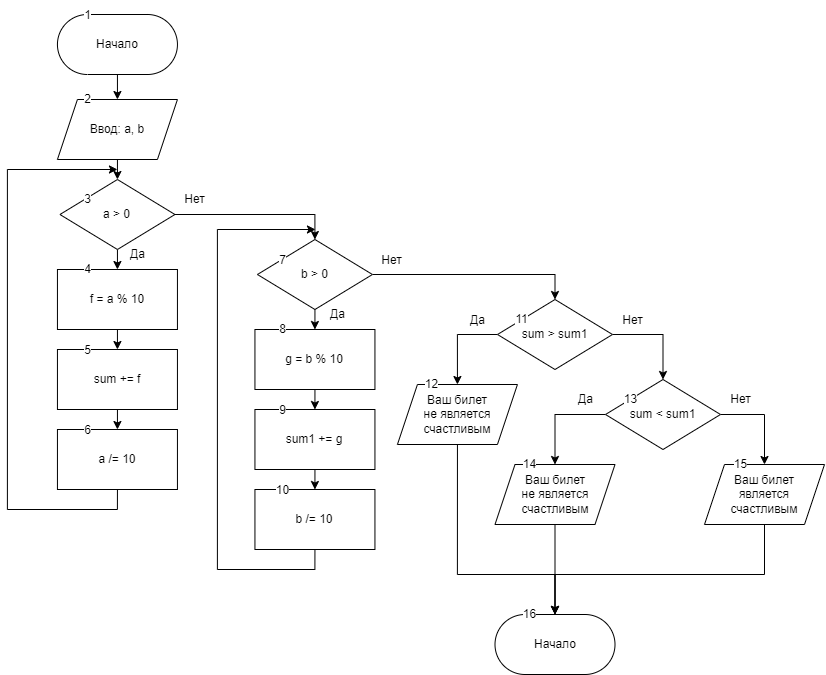
This is pr5/pr5.png from DeFis33/pr, a draw.io export, as it was before one commit. Source tidied: cells renumbered, new cells last; positions are measured from the earlier drawing's top-left corner, leaving out a move shared by most shapes. The source it was exported from:
```xml
<mxGraphModel>
  <root>
    <mxCell id="0" />
    <mxCell id="1" parent="0" />
    <mxCell id="2" style="edgeStyle=orthogonalEdgeStyle;rounded=0;jettySize=auto;html=1;exitX=0.5;exitY=1;exitDx=0;exitDy=0;entryX=0.5;entryY=0;entryDx=0;entryDy=0;" parent="1" edge="1" source="3" target="6">
      <mxGeometry relative="1" as="geometry" />
    </mxCell>
    <mxCell id="3" value="Начало" style="rounded=1;whiteSpace=wrap;html=1;arcSize=50;" parent="1" vertex="1">
      <mxGeometry x="49.9" y="14" width="120" height="60" as="geometry" />
    </mxCell>
    <mxCell id="4" value="1" style="text;html=1;align=center;verticalAlign=middle;strokeColor=none;fillColor=none;labelBackgroundColor=default;" parent="1" vertex="1">
      <mxGeometry x="64.9" width="30" height="30" as="geometry" />
    </mxCell>
    <mxCell id="5" style="edgeStyle=orthogonalEdgeStyle;rounded=0;jettySize=auto;html=1;exitX=0.5;exitY=1;exitDx=0;exitDy=0;entryX=0.5;entryY=0;entryDx=0;entryDy=0;" parent="1" edge="1" source="6" target="10">
      <mxGeometry relative="1" as="geometry" />
    </mxCell>
    <mxCell id="6" value="Ввод: a, b" style="shape=parallelogram;perimeter=parallelogramPerimeter;whiteSpace=wrap;html=1;fixedSize=1;" parent="1" vertex="1">
      <mxGeometry x="49.9" y="99" width="120" height="60" as="geometry" />
    </mxCell>
    <mxCell id="7" value="2" style="text;html=1;align=center;verticalAlign=middle;strokeColor=none;fillColor=none;labelBackgroundColor=default;" parent="1" vertex="1">
      <mxGeometry x="64.9" y="84" width="30" height="30" as="geometry" />
    </mxCell>
    <mxCell id="8" style="edgeStyle=orthogonalEdgeStyle;rounded=0;jettySize=auto;html=1;exitX=0.5;exitY=1;exitDx=0;exitDy=0;entryX=0.5;entryY=0;entryDx=0;entryDy=0;" parent="1" edge="1" source="10" target="12">
      <mxGeometry relative="1" as="geometry" />
    </mxCell>
    <mxCell id="9" style="edgeStyle=orthogonalEdgeStyle;rounded=0;jettySize=auto;html=1;exitX=1;exitY=0.5;exitDx=0;exitDy=0;entryX=0.5;entryY=0;entryDx=0;entryDy=0;" parent="1" edge="1" source="10" target="21">
      <mxGeometry relative="1" as="geometry" />
    </mxCell>
    <mxCell id="10" value="a &amp;gt; 0" style="rhombus;whiteSpace=wrap;html=1;" parent="1" vertex="1">
      <mxGeometry x="52.4" y="179" width="115" height="70" as="geometry" />
    </mxCell>
    <mxCell id="11" style="edgeStyle=orthogonalEdgeStyle;rounded=0;jettySize=auto;html=1;exitX=0.5;exitY=1;exitDx=0;exitDy=0;entryX=0.5;entryY=0;entryDx=0;entryDy=0;" parent="1" edge="1" source="12" target="14">
      <mxGeometry relative="1" as="geometry" />
    </mxCell>
    <mxCell id="12" value="f = a % 10" style="rounded=0;whiteSpace=wrap;html=1;" parent="1" vertex="1">
      <mxGeometry x="49.9" y="269" width="120" height="60" as="geometry" />
    </mxCell>
    <mxCell id="13" style="edgeStyle=orthogonalEdgeStyle;rounded=0;jettySize=auto;html=1;exitX=0.5;exitY=1;exitDx=0;exitDy=0;entryX=0.5;entryY=0;entryDx=0;entryDy=0;" parent="1" edge="1" source="14" target="16">
      <mxGeometry relative="1" as="geometry" />
    </mxCell>
    <mxCell id="14" value="sum += f" style="rounded=0;whiteSpace=wrap;html=1;" parent="1" vertex="1">
      <mxGeometry x="49.9" y="349" width="120" height="60" as="geometry" />
    </mxCell>
    <mxCell id="15" style="edgeStyle=orthogonalEdgeStyle;rounded=0;jettySize=auto;html=1;exitX=0.5;exitY=1;exitDx=0;exitDy=0;" parent="1" edge="1" source="16">
      <mxGeometry relative="1" as="geometry">
        <mxPoint x="109.9" y="169" as="targetPoint" />
        <Array as="points">
          <mxPoint x="109.9" y="509" />
          <mxPoint x="-0.1" y="509" />
          <mxPoint x="-0.1" y="169" />
        </Array>
      </mxGeometry>
    </mxCell>
    <mxCell id="16" value="a /= 10" style="rounded=0;whiteSpace=wrap;html=1;" parent="1" vertex="1">
      <mxGeometry x="49.9" y="429" width="120" height="60" as="geometry" />
    </mxCell>
    <mxCell id="17" value="Да" style="text;html=1;align=center;verticalAlign=middle;strokeColor=none;fillColor=none;" parent="1" vertex="1">
      <mxGeometry x="109.9" y="239" width="40" height="30" as="geometry" />
    </mxCell>
    <mxCell id="18" value="Нет" style="text;html=1;align=center;verticalAlign=middle;strokeColor=none;fillColor=none;" parent="1" vertex="1">
      <mxGeometry x="167.4" y="184" width="40" height="30" as="geometry" />
    </mxCell>
    <mxCell id="19" style="edgeStyle=orthogonalEdgeStyle;rounded=0;jettySize=auto;html=1;exitX=0.5;exitY=1;exitDx=0;exitDy=0;entryX=0.5;entryY=0;entryDx=0;entryDy=0;" parent="1" edge="1" source="21" target="23">
      <mxGeometry relative="1" as="geometry" />
    </mxCell>
    <mxCell id="20" style="edgeStyle=orthogonalEdgeStyle;rounded=0;jettySize=auto;html=1;exitX=1;exitY=0.5;exitDx=0;exitDy=0;entryX=0.5;entryY=0;entryDx=0;entryDy=0;" parent="1" edge="1" source="21" target="33">
      <mxGeometry relative="1" as="geometry" />
    </mxCell>
    <mxCell id="21" value="b &amp;gt; 0" style="rhombus;whiteSpace=wrap;html=1;" parent="1" vertex="1">
      <mxGeometry x="249.9" y="239" width="115" height="70" as="geometry" />
    </mxCell>
    <mxCell id="22" style="edgeStyle=orthogonalEdgeStyle;rounded=0;jettySize=auto;html=1;exitX=0.5;exitY=1;exitDx=0;exitDy=0;entryX=0.5;entryY=0;entryDx=0;entryDy=0;" parent="1" edge="1" source="23" target="25">
      <mxGeometry relative="1" as="geometry" />
    </mxCell>
    <mxCell id="23" value="g = b % 10" style="rounded=0;whiteSpace=wrap;html=1;" parent="1" vertex="1">
      <mxGeometry x="247.4" y="329" width="120" height="60" as="geometry" />
    </mxCell>
    <mxCell id="24" style="edgeStyle=orthogonalEdgeStyle;rounded=0;jettySize=auto;html=1;exitX=0.5;exitY=1;exitDx=0;exitDy=0;entryX=0.5;entryY=0;entryDx=0;entryDy=0;" parent="1" edge="1" source="25" target="27">
      <mxGeometry relative="1" as="geometry" />
    </mxCell>
    <mxCell id="25" value="sum1 += g" style="rounded=0;whiteSpace=wrap;html=1;" parent="1" vertex="1">
      <mxGeometry x="247.4" y="409" width="120" height="60" as="geometry" />
    </mxCell>
    <mxCell id="26" style="edgeStyle=orthogonalEdgeStyle;rounded=0;jettySize=auto;html=1;exitX=0.5;exitY=1;exitDx=0;exitDy=0;" parent="1" edge="1" source="27">
      <mxGeometry relative="1" as="geometry">
        <mxPoint x="307.9" y="229" as="targetPoint" />
        <Array as="points">
          <mxPoint x="307.9" y="569" />
          <mxPoint x="209.9" y="569" />
          <mxPoint x="209.9" y="229" />
        </Array>
      </mxGeometry>
    </mxCell>
    <mxCell id="27" value="b /= 10" style="rounded=0;whiteSpace=wrap;html=1;" parent="1" vertex="1">
      <mxGeometry x="247.4" y="489" width="120" height="60" as="geometry" />
    </mxCell>
    <mxCell id="28" value="Да" style="text;html=1;align=center;verticalAlign=middle;strokeColor=none;fillColor=none;" parent="1" vertex="1">
      <mxGeometry x="309.9" y="299" width="40" height="30" as="geometry" />
    </mxCell>
    <mxCell id="29" value="Да" style="text;html=1;align=center;verticalAlign=middle;strokeColor=none;fillColor=none;" parent="1" vertex="1">
      <mxGeometry x="450" y="305" width="40" height="30" as="geometry" />
    </mxCell>
    <mxCell id="30" value="Нет" style="text;html=1;align=center;verticalAlign=middle;strokeColor=none;fillColor=none;" parent="1" vertex="1">
      <mxGeometry x="363.9" y="245" width="40" height="30" as="geometry" />
    </mxCell>
    <mxCell id="31" style="edgeStyle=orthogonalEdgeStyle;rounded=0;jettySize=auto;html=1;exitX=1;exitY=0.5;exitDx=0;exitDy=0;entryX=0.5;entryY=0;entryDx=0;entryDy=0;" parent="1" edge="1" source="33" target="38">
      <mxGeometry relative="1" as="geometry" />
    </mxCell>
    <mxCell id="32" style="edgeStyle=orthogonalEdgeStyle;rounded=0;jettySize=auto;html=1;exitX=0;exitY=0.5;exitDx=0;exitDy=0;entryX=0.5;entryY=0;entryDx=0;entryDy=0;" parent="1" edge="1" source="33" target="35">
      <mxGeometry relative="1" as="geometry" />
    </mxCell>
    <mxCell id="33" value="sum &amp;gt; sum1" style="rhombus;whiteSpace=wrap;html=1;" parent="1" vertex="1">
      <mxGeometry x="490" y="299" width="115" height="70" as="geometry" />
    </mxCell>
    <mxCell id="34" style="edgeStyle=orthogonalEdgeStyle;rounded=0;jettySize=auto;html=1;exitX=0.5;exitY=1;exitDx=0;exitDy=0;entryX=0.5;entryY=0;entryDx=0;entryDy=0;" parent="1" edge="1" source="35" target="46">
      <mxGeometry relative="1" as="geometry">
        <Array as="points">
          <mxPoint x="450" y="574" />
          <mxPoint x="548" y="574" />
        </Array>
      </mxGeometry>
    </mxCell>
    <mxCell id="35" value="Ваш билет&lt;br&gt;не является&lt;br&gt;счастливым" style="shape=parallelogram;perimeter=parallelogramPerimeter;whiteSpace=wrap;html=1;fixedSize=1;" parent="1" vertex="1">
      <mxGeometry x="389.9" y="384" width="120" height="60" as="geometry" />
    </mxCell>
    <mxCell id="36" style="edgeStyle=orthogonalEdgeStyle;rounded=0;jettySize=auto;html=1;exitX=0;exitY=0.5;exitDx=0;exitDy=0;entryX=0.5;entryY=0;entryDx=0;entryDy=0;" parent="1" edge="1" source="38" target="41">
      <mxGeometry relative="1" as="geometry" />
    </mxCell>
    <mxCell id="37" style="edgeStyle=orthogonalEdgeStyle;rounded=0;jettySize=auto;html=1;exitX=1;exitY=0.5;exitDx=0;exitDy=0;entryX=0.5;entryY=0;entryDx=0;entryDy=0;" parent="1" edge="1" source="38" target="43">
      <mxGeometry relative="1" as="geometry" />
    </mxCell>
    <mxCell id="38" value="sum &amp;lt; sum1" style="rhombus;whiteSpace=wrap;html=1;" parent="1" vertex="1">
      <mxGeometry x="598" y="379" width="115" height="70" as="geometry" />
    </mxCell>
    <mxCell id="39" value="Нет" style="text;html=1;align=center;verticalAlign=middle;strokeColor=none;fillColor=none;" parent="1" vertex="1">
      <mxGeometry x="605" y="305" width="40" height="30" as="geometry" />
    </mxCell>
    <mxCell id="40" style="edgeStyle=orthogonalEdgeStyle;rounded=0;jettySize=auto;html=1;exitX=0.5;exitY=1;exitDx=0;exitDy=0;entryX=0.5;entryY=0;entryDx=0;entryDy=0;" parent="1" edge="1" source="41" target="46">
      <mxGeometry relative="1" as="geometry" />
    </mxCell>
    <mxCell id="41" value="Ваш билет&lt;br&gt;не является&lt;br&gt;счастливым" style="shape=parallelogram;perimeter=parallelogramPerimeter;whiteSpace=wrap;html=1;fixedSize=1;" parent="1" vertex="1">
      <mxGeometry x="487.5" y="464" width="120" height="60" as="geometry" />
    </mxCell>
    <mxCell id="42" style="edgeStyle=orthogonalEdgeStyle;rounded=0;jettySize=auto;html=1;exitX=0.5;exitY=1;exitDx=0;exitDy=0;entryX=0.5;entryY=0;entryDx=0;entryDy=0;" parent="1" edge="1" source="43" target="46">
      <mxGeometry relative="1" as="geometry">
        <Array as="points">
          <mxPoint x="757" y="574" />
          <mxPoint x="548" y="574" />
        </Array>
      </mxGeometry>
    </mxCell>
    <mxCell id="43" value="Ваш билет&lt;br&gt;является&lt;br&gt;счастливым" style="shape=parallelogram;perimeter=parallelogramPerimeter;whiteSpace=wrap;html=1;fixedSize=1;" parent="1" vertex="1">
      <mxGeometry x="697" y="464" width="120" height="60" as="geometry" />
    </mxCell>
    <mxCell id="44" value="Да" style="text;html=1;align=center;verticalAlign=middle;strokeColor=none;fillColor=none;" parent="1" vertex="1">
      <mxGeometry x="558" y="384" width="40" height="30" as="geometry" />
    </mxCell>
    <mxCell id="45" value="Нет" style="text;html=1;align=center;verticalAlign=middle;strokeColor=none;fillColor=none;" parent="1" vertex="1">
      <mxGeometry x="713" y="384" width="40" height="30" as="geometry" />
    </mxCell>
    <mxCell id="46" value="Начало" style="rounded=1;whiteSpace=wrap;html=1;arcSize=50;" parent="1" vertex="1">
      <mxGeometry x="487.5" y="614" width="120" height="60" as="geometry" />
    </mxCell>
    <mxCell id="47" value="3" style="text;html=1;align=center;verticalAlign=middle;strokeColor=none;fillColor=none;labelBackgroundColor=default;" parent="1" vertex="1">
      <mxGeometry x="64.9" y="184" width="30" height="30" as="geometry" />
    </mxCell>
    <mxCell id="48" value="4" style="text;html=1;align=center;verticalAlign=middle;strokeColor=none;fillColor=none;labelBackgroundColor=default;" parent="1" vertex="1">
      <mxGeometry x="64.9" y="254" width="30" height="30" as="geometry" />
    </mxCell>
    <mxCell id="49" value="5" style="text;html=1;align=center;verticalAlign=middle;strokeColor=none;fillColor=none;labelBackgroundColor=default;" parent="1" vertex="1">
      <mxGeometry x="64.9" y="335" width="30" height="30" as="geometry" />
    </mxCell>
    <mxCell id="50" value="6" style="text;html=1;align=center;verticalAlign=middle;strokeColor=none;fillColor=none;labelBackgroundColor=default;" parent="1" vertex="1">
      <mxGeometry x="64.9" y="415" width="30" height="30" as="geometry" />
    </mxCell>
    <mxCell id="51" value="7" style="text;html=1;align=center;verticalAlign=middle;strokeColor=none;fillColor=none;labelBackgroundColor=default;" parent="1" vertex="1">
      <mxGeometry x="260" y="245" width="30" height="30" as="geometry" />
    </mxCell>
    <mxCell id="52" value="8" style="text;html=1;align=center;verticalAlign=middle;strokeColor=none;fillColor=none;labelBackgroundColor=default;" parent="1" vertex="1">
      <mxGeometry x="260" y="314" width="30" height="30" as="geometry" />
    </mxCell>
    <mxCell id="53" value="9" style="text;html=1;align=center;verticalAlign=middle;strokeColor=none;fillColor=none;labelBackgroundColor=default;" parent="1" vertex="1">
      <mxGeometry x="260" y="395" width="30" height="30" as="geometry" />
    </mxCell>
    <mxCell id="54" value="10" style="text;html=1;align=center;verticalAlign=middle;strokeColor=none;fillColor=none;labelBackgroundColor=default;" parent="1" vertex="1">
      <mxGeometry x="255" y="475" width="40" height="30" as="geometry" />
    </mxCell>
    <mxCell id="55" value="11" style="text;html=1;align=center;verticalAlign=middle;strokeColor=none;fillColor=none;labelBackgroundColor=default;" parent="1" vertex="1">
      <mxGeometry x="494" y="304" width="40" height="30" as="geometry" />
    </mxCell>
    <mxCell id="56" value="12" style="text;html=1;align=center;verticalAlign=middle;strokeColor=none;fillColor=none;labelBackgroundColor=default;" parent="1" vertex="1">
      <mxGeometry x="403.9" y="369" width="40" height="30" as="geometry" />
    </mxCell>
    <mxCell id="57" value="13" style="text;html=1;align=center;verticalAlign=middle;strokeColor=none;fillColor=none;labelBackgroundColor=default;" parent="1" vertex="1">
      <mxGeometry x="603" y="384" width="40" height="30" as="geometry" />
    </mxCell>
    <mxCell id="58" value="14" style="text;html=1;align=center;verticalAlign=middle;strokeColor=none;fillColor=none;labelBackgroundColor=default;" parent="1" vertex="1">
      <mxGeometry x="502" y="449" width="40" height="30" as="geometry" />
    </mxCell>
    <mxCell id="59" value="15" style="text;html=1;align=center;verticalAlign=middle;strokeColor=none;fillColor=none;labelBackgroundColor=default;" parent="1" vertex="1">
      <mxGeometry x="713" y="449" width="40" height="30" as="geometry" />
    </mxCell>
    <mxCell id="60" value="16" style="text;html=1;align=center;verticalAlign=middle;strokeColor=none;fillColor=none;labelBackgroundColor=default;" parent="1" vertex="1">
      <mxGeometry x="502" y="599" width="40" height="30" as="geometry" />
    </mxCell>
  </root>
</mxGraphModel>
```
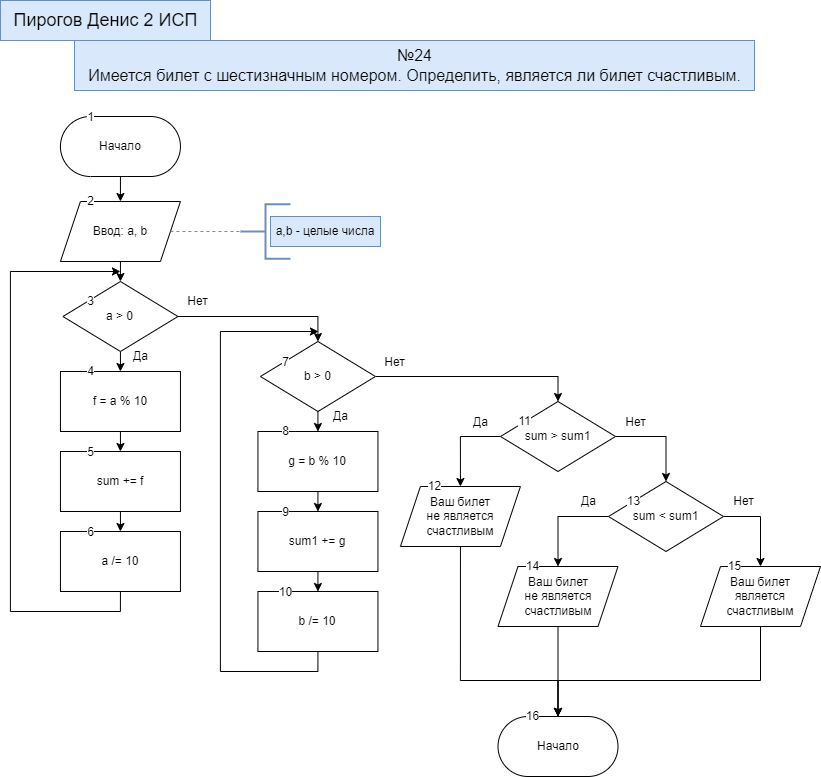
After the change.

Change to the diagram source:
```diff
@@ -115,8 +115,8 @@
     <mxCell id="34" style="edgeStyle=orthogonalEdgeStyle;rounded=0;jettySize=auto;html=1;exitX=0.5;exitY=1;exitDx=0;exitDy=0;entryX=0.5;entryY=0;entryDx=0;entryDy=0;" parent="1" edge="1" source="35" target="46">
       <mxGeometry relative="1" as="geometry">
         <Array as="points">
-          <mxPoint x="450" y="574" />
-          <mxPoint x="548" y="574" />
+          <mxPoint x="450" y="578" />
+          <mxPoint x="548" y="578" />
         </Array>
       </mxGeometry>
     </mxCell>
@@ -144,13 +144,13 @@
     <mxCell id="42" style="edgeStyle=orthogonalEdgeStyle;rounded=0;jettySize=auto;html=1;exitX=0.5;exitY=1;exitDx=0;exitDy=0;entryX=0.5;entryY=0;entryDx=0;entryDy=0;" parent="1" edge="1" source="43" target="46">
       <mxGeometry relative="1" as="geometry">
         <Array as="points">
-          <mxPoint x="757" y="574" />
-          <mxPoint x="548" y="574" />
+          <mxPoint x="750" y="578" />
+          <mxPoint x="548" y="578" />
         </Array>
       </mxGeometry>
     </mxCell>
     <mxCell id="43" value="Ваш билет&lt;br&gt;является&lt;br&gt;счастливым" style="shape=parallelogram;perimeter=parallelogramPerimeter;whiteSpace=wrap;html=1;fixedSize=1;" parent="1" vertex="1">
-      <mxGeometry x="697" y="464" width="120" height="60" as="geometry" />
+      <mxGeometry x="690" y="464" width="120" height="60" as="geometry" />
     </mxCell>
     <mxCell id="44" value="Да" style="text;html=1;align=center;verticalAlign=middle;strokeColor=none;fillColor=none;" parent="1" vertex="1">
       <mxGeometry x="558" y="384" width="40" height="30" as="geometry" />
@@ -198,10 +198,25 @@
       <mxGeometry x="502" y="449" width="40" height="30" as="geometry" />
     </mxCell>
     <mxCell id="59" value="15" style="text;html=1;align=center;verticalAlign=middle;strokeColor=none;fillColor=none;labelBackgroundColor=default;" parent="1" vertex="1">
-      <mxGeometry x="713" y="449" width="40" height="30" as="geometry" />
+      <mxGeometry x="704" y="449" width="40" height="30" as="geometry" />
     </mxCell>
     <mxCell id="60" value="16" style="text;html=1;align=center;verticalAlign=middle;strokeColor=none;fillColor=none;labelBackgroundColor=default;" parent="1" vertex="1">
       <mxGeometry x="502" y="599" width="40" height="30" as="geometry" />
     </mxCell>
+    <mxCell id="61" value="&lt;font style=&quot;font-size: 18px;&quot;&gt;Пирогов Денис 2 ИСП&lt;/font&gt;" style="text;html=1;align=center;verticalAlign=middle;fillColor=#dae8fc;strokeColor=#6c8ebf;" parent="1" vertex="1">
+      <mxGeometry x="-10" y="-102" width="210" height="40" as="geometry" />
+    </mxCell>
+    <mxCell id="62" value="&lt;font style=&quot;font-size: 16px;&quot;&gt;№24&lt;/font&gt;&lt;div style=&quot;font-size: 16px;&quot;&gt;Имеется билет с шестизначным номером. Определить, является ли билет счастливым.&lt;/div&gt;" style="text;html=1;align=center;verticalAlign=middle;fillColor=#dae8fc;strokeColor=#6c8ebf;" parent="1" vertex="1">
+      <mxGeometry x="64" y="-62" width="680" height="50" as="geometry" />
+    </mxCell>
+    <mxCell id="63" style="strokeWidth=2;html=1;shape=mxgraph.flowchart.annotation_2;align=left;labelPosition=right;fillColor=#dae8fc;strokeColor=#6c8ebf;" parent="1" vertex="1">
+      <mxGeometry x="230" y="101.8" width="50" height="54.5" as="geometry" />
+    </mxCell>
+    <mxCell id="64" style="endArrow=none;dashed=1;html=1;rounded=0;exitX=1;exitY=0.5;exitDx=0;exitDy=0;entryX=0;entryY=0.5;entryDx=0;entryDy=0;entryPerimeter=0;fillColor=#dae8fc;strokeColor=#6c8ebf;" parent="1" edge="1" source="6" target="63">
+      <mxGeometry relative="1" as="geometry" />
+    </mxCell>
+    <mxCell id="65" value="a,b - целые числа" style="text;html=1;strokeColor=#6c8ebf;fillColor=#dae8fc;align=center;verticalAlign=middle;whiteSpace=wrap;rounded=0;" parent="1" vertex="1">
+      <mxGeometry x="260" y="114" width="110" height="30" as="geometry" />
+    </mxCell>
   </root>
 </mxGraphModel>
```
